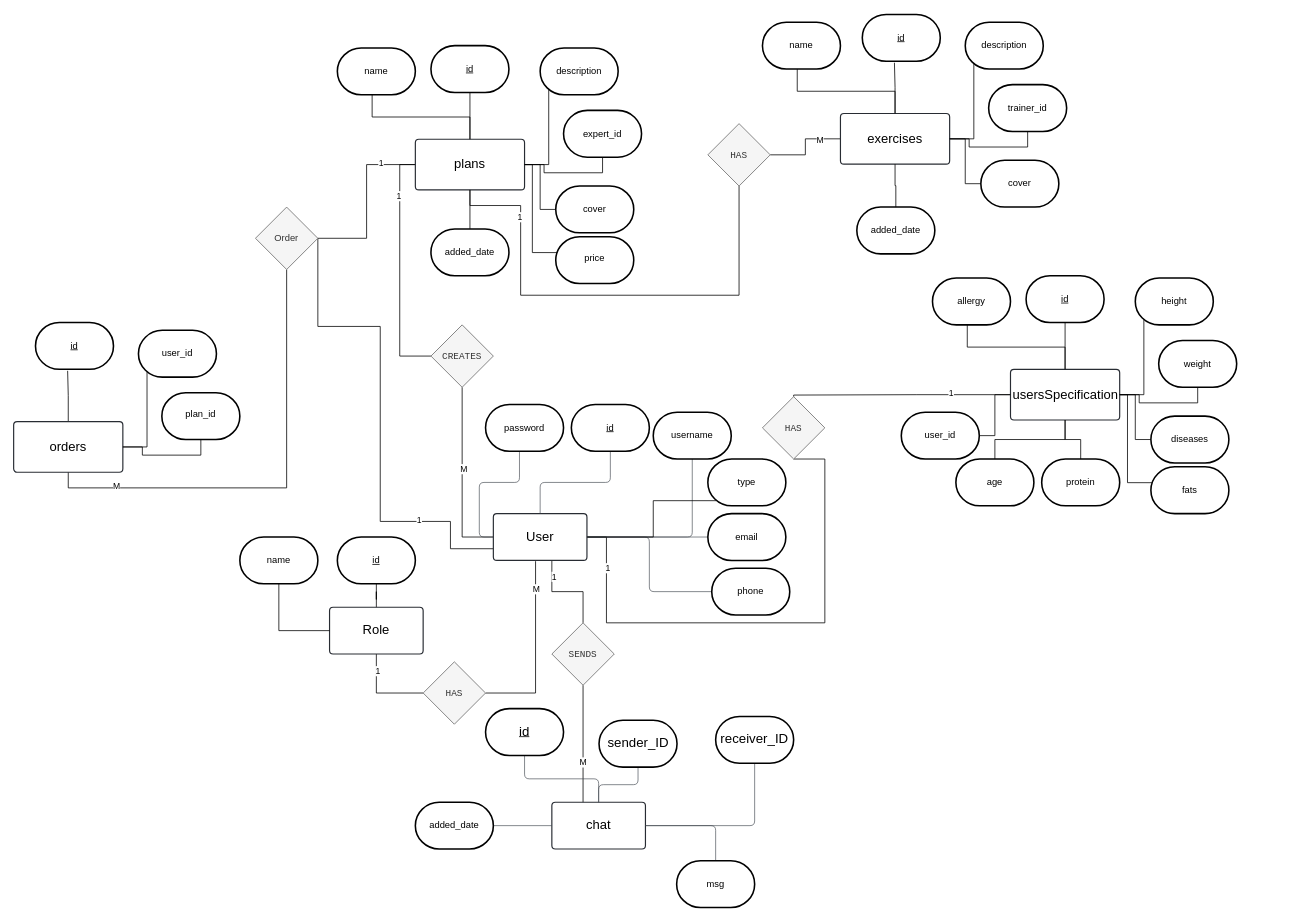
Ammar-Alesrawi/draw.io-design keeps this draw.io diagram as newFile.drawio. Above is the earlier version. Source tidied: cells renumbered, new cells numbered last; positions are measured from the earlier drawing's top-left corner, leaving out a move shared by most shapes. Both pictures are drawn from the tidied source at 78%, with x=0, y=0 at pixel (13, 14).
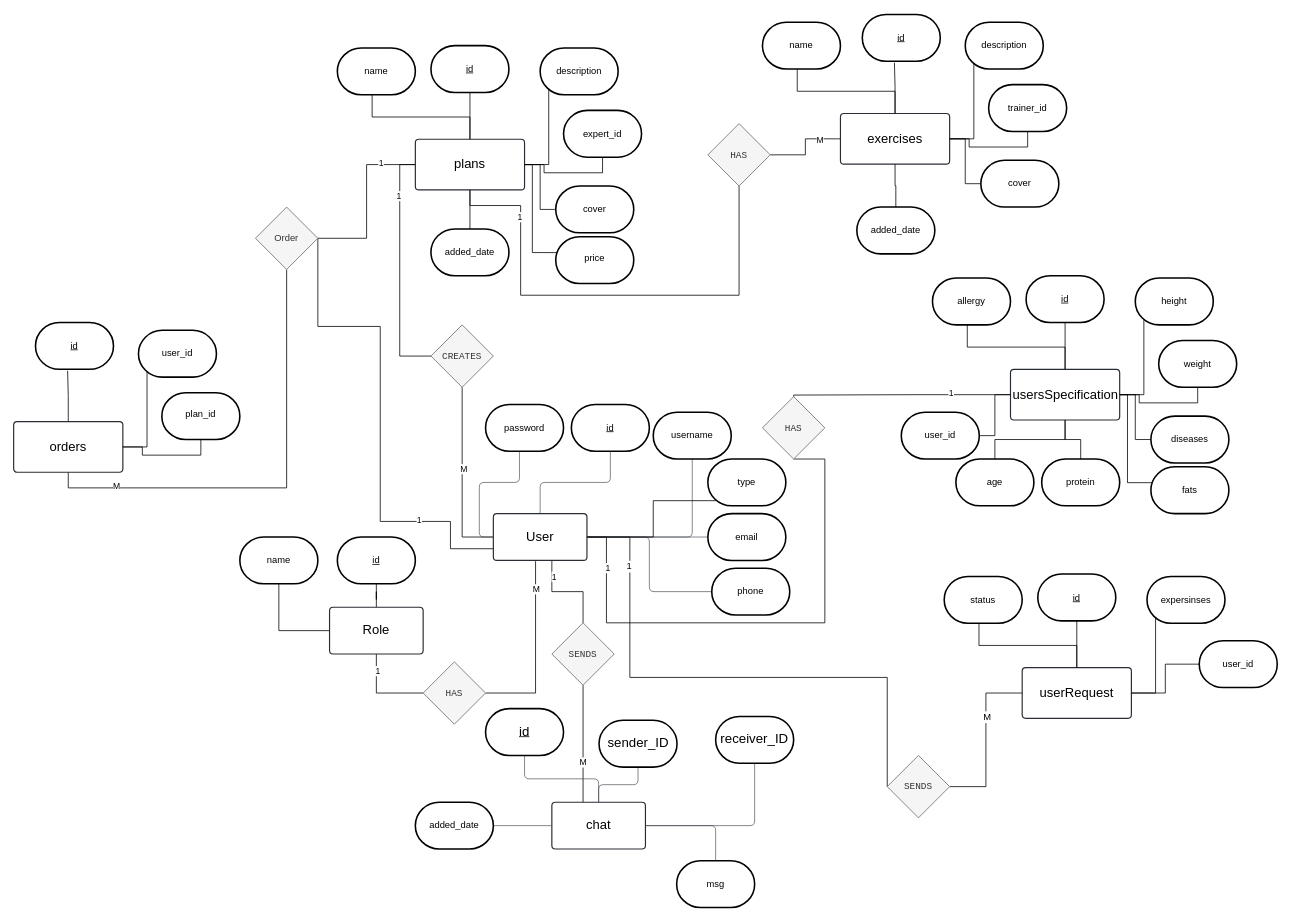
The same page after the edit.

Unchanged cells that the change refers to:
```xml
<mxCell id="12" value="User" style="html=1;overflow=block;blockSpacing=1;whiteSpace=wrap;fontSize=16.7;spacing=3.8;strokeColor=#282c33;strokeOpacity=100;fillOpacity=0;rounded=1;absoluteArcSize=1;arcSize=9;fillColor=#000000;strokeWidth=1.5;lucidId=ub4.8B3P5FTU;" parent="1" vertex="1">
  <mxGeometry x="615" y="640" width="120" height="60" as="geometry" />
</mxCell>
```

What changed in the source:
```diff
@@
+    <mxCell id="117" style="edgeStyle=orthogonalEdgeStyle;rounded=0;jettySize=auto;html=1;entryX=0;entryY=0.5;entryDx=0;entryDy=0;fontSize=12;startSize=8;endSize=8;endArrow=none;startFill=0;" parent="1" edge="1" source="12" target="130">
+      <mxGeometry relative="1" as="geometry">
+        <Array as="points">
+          <mxPoint x="790" y="670" />
+          <mxPoint x="790" y="850" />
+          <mxPoint x="1120" y="850" />
+        </Array>
+      </mxGeometry>
+    </mxCell>
+    <mxCell id="118" value="1" style="edgeLabel;html=1;align=center;verticalAlign=middle;fontSize=12;" parent="117" vertex="1">
+      <mxGeometry x="-0.74" y="-2" relative="1" as="geometry" />
+    </mxCell>
@@
+    <mxCell id="119" style="edgeStyle=orthogonalEdgeStyle;rounded=0;jettySize=auto;html=1;endArrow=none;startFill=0;entryX=0.5;entryY=1;entryDx=0;entryDy=0;entryPerimeter=0;" parent="1" edge="1" source="122" target="123">
+      <mxGeometry relative="1" as="geometry" />
+    </mxCell>
+    <mxCell id="120" style="edgeStyle=orthogonalEdgeStyle;rounded=0;jettySize=auto;html=1;entryX=1;entryY=0.5;entryDx=0;entryDy=0;fontSize=12;startSize=8;endSize=8;endArrow=none;startFill=0;" parent="1" edge="1" source="122" target="130">
+      <mxGeometry relative="1" as="geometry" />
+    </mxCell>
+    <mxCell id="121" value="M" style="edgeLabel;html=1;align=center;verticalAlign=middle;fontSize=12;" parent="120" vertex="1">
+      <mxGeometry x="-0.28" y="1" relative="1" as="geometry" />
+    </mxCell>
+    <mxCell id="122" value="userRequest" style="html=1;overflow=block;blockSpacing=1;whiteSpace=wrap;fontSize=16.7;spacing=3.8;strokeColor=#282c33;strokeOpacity=100;fillOpacity=0;rounded=1;absoluteArcSize=1;arcSize=9;fillColor=#000000;strokeWidth=1.5;lucidId=ub4.8B3P5FTU;" parent="1" vertex="1">
+      <mxGeometry x="1293" y="837.5" width="140" height="65" as="geometry" />
+    </mxCell>
+    <mxCell id="123" value="&lt;u&gt;id&lt;/u&gt;" style="strokeWidth=2;html=1;shape=mxgraph.flowchart.terminator;whiteSpace=wrap;" parent="1" vertex="1">
+      <mxGeometry x="1313" y="717.5" width="100" height="60" as="geometry" />
+    </mxCell>
+    <mxCell id="124" value="status" style="strokeWidth=2;html=1;shape=mxgraph.flowchart.terminator;whiteSpace=wrap;" parent="1" vertex="1">
+      <mxGeometry x="1193" y="720.5" width="100" height="60" as="geometry" />
+    </mxCell>
+    <mxCell id="125" value="expersinses" style="strokeWidth=2;html=1;shape=mxgraph.flowchart.terminator;whiteSpace=wrap;" parent="1" vertex="1">
+      <mxGeometry x="1453" y="720.5" width="100" height="60" as="geometry" />
+    </mxCell>
+    <mxCell id="126" value="user_id" style="strokeWidth=2;html=1;shape=mxgraph.flowchart.terminator;whiteSpace=wrap;" parent="1" vertex="1">
+      <mxGeometry x="1520" y="803" width="100" height="60" as="geometry" />
+    </mxCell>
+    <mxCell id="127" style="edgeStyle=orthogonalEdgeStyle;rounded=0;jettySize=auto;html=1;entryX=0.446;entryY=1.003;entryDx=0;entryDy=0;entryPerimeter=0;endArrow=none;startFill=0;" parent="1" edge="1" source="122" target="124">
+      <mxGeometry relative="1" as="geometry" />
+    </mxCell>
+    <mxCell id="128" style="edgeStyle=orthogonalEdgeStyle;rounded=0;jettySize=auto;html=1;entryX=0.11;entryY=0.89;entryDx=0;entryDy=0;entryPerimeter=0;endArrow=none;startFill=0;" parent="1" edge="1" source="122" target="125">
+      <mxGeometry relative="1" as="geometry" />
+    </mxCell>
+    <mxCell id="129" style="edgeStyle=orthogonalEdgeStyle;rounded=0;jettySize=auto;html=1;exitX=1;exitY=0.5;exitDx=0;exitDy=0;entryX=0;entryY=0.5;entryDx=0;entryDy=0;entryPerimeter=0;fontSize=12;startSize=8;endSize=8;endArrow=none;startFill=0;" parent="1" edge="1" source="122" target="126">
+      <mxGeometry relative="1" as="geometry" />
+    </mxCell>
+    <mxCell id="130" value="&lt;code&gt;SENDS&lt;/code&gt;" style="rhombus;whiteSpace=wrap;html=1;fillColor=#f5f5f5;fontColor=#333333;strokeColor=#666666;" parent="1" vertex="1">
+      <mxGeometry x="1120" y="950" width="80" height="80" as="geometry" />
+    </mxCell>
```
